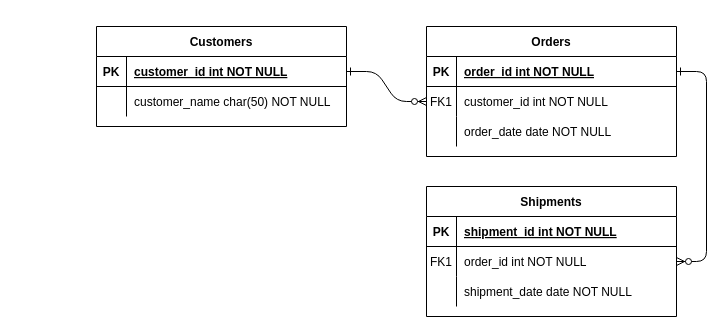
Earlier version of the draw.io diagram Biểu đồ không có tiêu đề.drawio (giangz0009/CSDL_Chapter-2-RBTV). Source tidied: cells renumbered, new cells numbered last; positions are measured from the earlier drawing's top-left corner, leaving out a move shared by most shapes. Both pictures are drawn from the tidied source at 100%, with x=0, y=0 at pixel (96, 26).
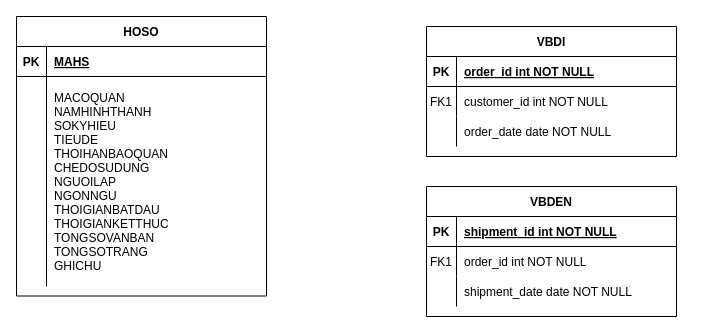
The same page after the edit.

Commit message:
Cập nhật Biểu đồ không có tiêu đề.drawio

The change refers to these unchanged cells:
```xml
<mxCell id="5" style="shape=partialRectangle;fillColor=none;points=[[0,0.5],[1,0.5]];portConstraint=eastwest;top=0;left=0;right=0;bottom=1;" parent="4" vertex="1">
  <mxGeometry y="30" width="250" height="30" as="geometry" />
</mxCell>
<mxCell id="8" style="shape=partialRectangle;fillColor=none;points=[[0,0.5],[1,0.5]];portConstraint=eastwest;top=0;left=0;right=0;bottom=0;" parent="4" vertex="1">
  <mxGeometry y="60" width="250" height="30" as="geometry" />
</mxCell>
<mxCell id="18" style="shape=partialRectangle;fillColor=none;points=[[0,0.5],[1,0.5]];portConstraint=eastwest;top=0;left=0;right=0;bottom=0;" parent="14" vertex="1">
  <mxGeometry y="60" width="250" height="30" as="geometry" />
</mxCell>
<mxCell id="25" style="shape=partialRectangle;fillColor=none;points=[[0,0.5],[1,0.5]];portConstraint=eastwest;top=0;left=0;right=0;bottom=1;" parent="24" vertex="1">
  <mxGeometry y="30" width="250" height="30" as="geometry" />
</mxCell>
```

Change to the diagram source:
```diff
@@
-    <mxCell id="2" style="edgeStyle=entityRelationEdgeStyle;endArrow=ERzeroToMany;startArrow=ERone;endFill=1;startFill=0;" parent="1" edge="1" source="25" target="8">
-      <mxGeometry relative="1" as="geometry" />
-    </mxCell>
-    <mxCell id="3" style="edgeStyle=entityRelationEdgeStyle;endArrow=ERzeroToMany;startArrow=ERone;endFill=1;startFill=0;" parent="1" edge="1" source="5" target="18">
-      <mxGeometry relative="1" as="geometry" />
-    </mxCell>
-    <mxCell id="4" value="Orders" style="shape=table;startSize=30;childLayout=tableLayout;rowLines=0;fontStyle=1;align=center;" parent="1" vertex="1">
+    <mxCell id="4" value="VBDI" style="shape=table;startSize=30;childLayout=tableLayout;rowLines=0;fontStyle=1;align=center;" parent="1" vertex="1">
       <mxGeometry x="330" width="250" height="130" as="geometry" />
     </mxCell>
@@
-    <mxCell id="14" value="Shipments" style="shape=table;startSize=30;childLayout=tableLayout;rowLines=0;fontStyle=1;align=center;" parent="1" vertex="1">
+    <mxCell id="14" value="VBDEN" style="shape=table;startSize=30;childLayout=tableLayout;rowLines=0;fontStyle=1;align=center;" parent="1" vertex="1">
       <mxGeometry x="330" y="160" width="250" height="130" as="geometry" />
     </mxCell>
@@
-    <mxCell id="24" value="Customers" style="shape=table;startSize=30;childLayout=tableLayout;rowLines=0;fontStyle=1;align=center;" parent="1" vertex="1">
-      <mxGeometry width="250" height="100" as="geometry" />
+    <mxCell id="24" value="HOSO" style="shape=table;startSize=30;childLayout=tableLayout;rowLines=0;fontStyle=1;align=center;" parent="1" vertex="1">
+      <mxGeometry x="-80" y="-10" width="250" height="279.5" as="geometry" />
     </mxCell>
@@
-    <mxCell id="27" value="customer_id int NOT NULL " style="shape=partialRectangle;overflow=hidden;fillColor=none;top=0;left=0;bottom=0;right=0;align=left;spacingLeft=6;fontStyle=5;" parent="25" vertex="1">
+    <mxCell id="27" value="MAHS" style="shape=partialRectangle;overflow=hidden;fillColor=none;top=0;left=0;bottom=0;right=0;align=left;spacingLeft=6;fontStyle=5;" parent="25" vertex="1">
       <mxGeometry x="30" width="220" height="30" as="geometry" />
     </mxCell>
     <mxCell id="28" style="shape=partialRectangle;fillColor=none;top=0;left=0;right=0;bottom=0;" parent="24" vertex="1">
-      <mxGeometry y="60" width="250" height="30" as="geometry" />
+      <mxGeometry y="60" width="250" height="210" as="geometry" />
     </mxCell>
     <mxCell id="29" style="shape=partialRectangle;overflow=hidden;fillColor=none;top=0;left=0;bottom=0;right=0;" parent="28" vertex="1">
-      <mxGeometry width="30" height="30" as="geometry" />
+      <mxGeometry width="30" height="210" as="geometry" />
     </mxCell>
-    <mxCell id="30" value="customer_name char(50) NOT NULL" style="shape=partialRectangle;overflow=hidden;fillColor=none;top=0;left=0;bottom=0;right=0;align=left;spacingLeft=6;" parent="28" vertex="1">
-      <mxGeometry x="30" width="220" height="30" as="geometry" />
+    <mxCell id="30" value="MACOQUAN&#10;NAMHINHTHANH&#10;SOKYHIEU&#10;TIEUDE&#10;THOIHANBAOQUAN&#10;CHEDOSUDUNG&#10;NGUOILAP&#10;NGONNGU&#10;THOIGIANBATDAU&#10;THOIGIANKETTHUC&#10;TONGSOVANBAN&#10;TONGSOTRANG&#10;GHICHU" style="shape=partialRectangle;overflow=hidden;fillColor=none;top=0;left=0;bottom=0;right=0;align=left;spacingLeft=6;" parent="28" vertex="1">
+      <mxGeometry x="30" width="220" height="210" as="geometry" />
     </mxCell>
```
